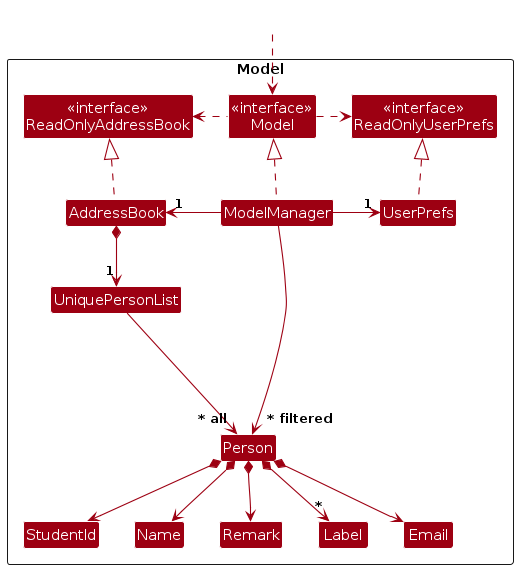
The PlantUML diagram diagrams/ModelClassDiagram.png in AY2627S1-CS2103T-F12-1/tp, before a commit. Its source is kept beside it as diagrams/ModelClassDiagram.puml.
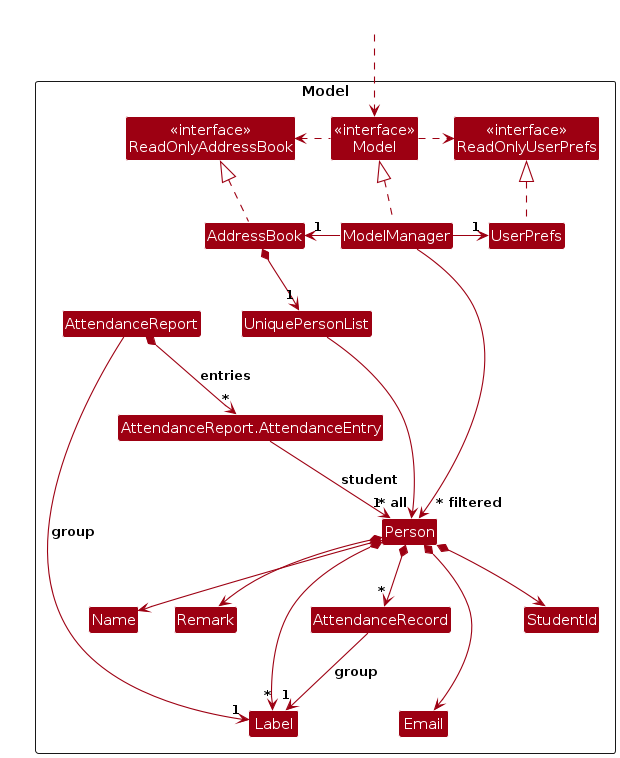
After the commit.

What changed in the source:
```diff
@@ -19,6 +19,9 @@
 Class Remark
 Class StudentId
 Class Label
+Class AttendanceRecord
+Class AttendanceReport
+Class "AttendanceReport.AttendanceEntry" as AttendanceEntry
 
 Class I #FFFFFF
 }
@@ -42,6 +45,11 @@
 Person *--> Email
 Person *--> Remark
 Person *--> "*" Label
+Person *--> "*" AttendanceRecord
+AttendanceRecord --> "1" Label : group
+AttendanceReport --> "1" Label : group
+AttendanceReport *--> "*" AttendanceEntry : entries
+AttendanceEntry --> "1" Person : student
 
 Person -[hidden]up--> I
 UniquePersonList -[hidden]right-> I
```
